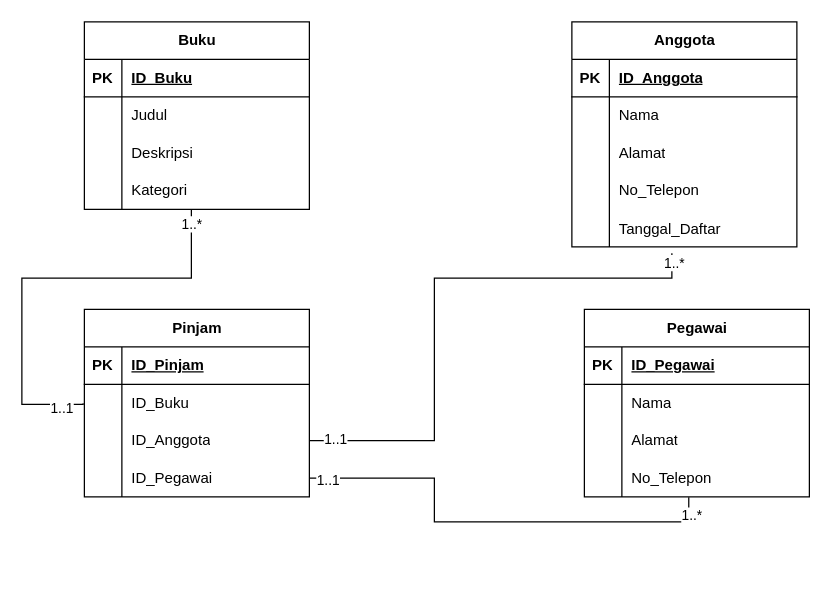
Above: page "Peminjaman Buku" (1 of 2) of Diagram Tanpa Judul.drawio in zackyyr/ERD (draw.io), before the change. Source tidied: cells renumbered, new cells numbered last; positions are measured from the earlier drawing's top-left corner, leaving out a move shared by most shapes. Both pictures are drawn from the tidied source at 125%, with x=0, y=0 at pixel (21, 21).
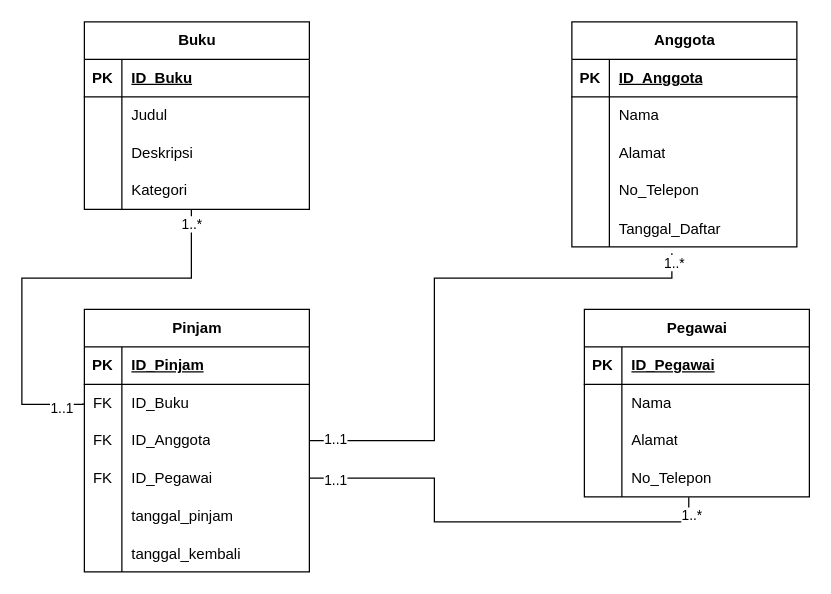
Above is the later version.

Commit message:
Sistem Pemesanan Tiket Bioskop

The change refers to these unchanged cells:
```xml
<mxCell id="35" style="shape=tableRow;horizontal=0;startSize=0;swimlaneHead=0;swimlaneBody=0;fillColor=none;top=0;left=0;right=0;bottom=0;" parent="31" vertex="1">
  <mxGeometry y="60" width="180" height="30" as="geometry" />
</mxCell>
<mxCell id="38" style="shape=tableRow;horizontal=0;startSize=0;swimlaneHead=0;swimlaneBody=0;fillColor=none;points=[[0,0.5],[1,0.5]];portConstraint=eastwest;top=0;left=0;right=0;bottom=0;" parent="31" vertex="1">
  <mxGeometry y="90" width="180" height="30" as="geometry" />
</mxCell>
<mxCell id="41" style="shape=tableRow;horizontal=0;startSize=0;swimlaneHead=0;swimlaneBody=0;fillColor=none;points=[[0,0.5],[1,0.5]];portConstraint=eastwest;top=0;left=0;right=0;bottom=0;" parent="31" vertex="1">
  <mxGeometry y="120" width="180" height="30" as="geometry" />
</mxCell>
<mxCell id="63" style="edgeStyle=orthogonalEdgeStyle;rounded=0;jettySize=auto;html=1;entryX=0.464;entryY=1.01;entryDx=0;entryDy=0;entryPerimeter=0;strokeColor=default;endArrow=none;endFill=0;strokeWidth=1;" parent="1" edge="1" source="41" target="54">
  <mxGeometry relative="1" as="geometry">
    <Array as="points">
      <mxPoint x="330" y="365" />
      <mxPoint x="330" y="400" />
      <mxPoint x="534" y="400" />
    </Array>
  </mxGeometry>
</mxCell>
```

What changed in the source:
```diff
@@
     <mxCell id="31" value="Pinjam" style="shape=table;startSize=30;childLayout=tableLayout;rowLines=0;fontStyle=1;align=center;html=1;" parent="1" vertex="1">
-      <mxGeometry x="50" y="230" width="180" height="150" as="geometry" />
+      <mxGeometry x="50" y="230" width="180" height="210" as="geometry" />
     </mxCell>
@@
-    <mxCell id="36" style="shape=partialRectangle;fillColor=none;top=0;left=0;bottom=0;right=0;overflow=hidden;whiteSpace=wrap;html=1;" parent="35" vertex="1">
+    <mxCell id="36" value="FK" style="shape=partialRectangle;fillColor=none;top=0;left=0;bottom=0;right=0;overflow=hidden;whiteSpace=wrap;html=1;" parent="35" vertex="1">
       <mxGeometry width="30" height="30" as="geometry" />
     </mxCell>
@@
-    <mxCell id="39" style="shape=partialRectangle;fillColor=none;top=0;left=0;bottom=0;right=0;overflow=hidden;whiteSpace=wrap;html=1;" parent="38" vertex="1">
+    <mxCell id="39" value="FK" style="shape=partialRectangle;fillColor=none;top=0;left=0;bottom=0;right=0;overflow=hidden;whiteSpace=wrap;html=1;" parent="38" vertex="1">
       <mxGeometry width="30" height="30" as="geometry" />
     </mxCell>
@@
-    <mxCell id="42" style="shape=partialRectangle;fillColor=none;top=0;left=0;bottom=0;right=0;overflow=hidden;whiteSpace=wrap;html=1;" parent="41" vertex="1">
+    <mxCell id="42" value="FK" style="shape=partialRectangle;fillColor=none;top=0;left=0;bottom=0;right=0;overflow=hidden;whiteSpace=wrap;html=1;" parent="41" vertex="1">
       <mxGeometry width="30" height="30" as="geometry" />
     </mxCell>
@@
+    <mxCell id="66" style="shape=tableRow;horizontal=0;startSize=0;swimlaneHead=0;swimlaneBody=0;fillColor=none;top=0;left=0;right=0;bottom=0;" parent="31" vertex="1">
+      <mxGeometry y="150" width="180" height="30" as="geometry" />
+    </mxCell>
+    <mxCell id="67" style="shape=partialRectangle;fillColor=none;top=0;left=0;bottom=0;right=0;overflow=hidden;" parent="66" vertex="1">
+      <mxGeometry width="30" height="30" as="geometry" />
+    </mxCell>
+    <mxCell id="68" value="tanggal_pinjam" style="shape=partialRectangle;fillColor=none;top=0;left=0;bottom=0;right=0;align=left;spacingLeft=6;overflow=hidden;" parent="66" vertex="1">
+      <mxGeometry x="30" width="150" height="30" as="geometry" />
+    </mxCell>
+    <mxCell id="69" style="shape=tableRow;horizontal=0;startSize=0;swimlaneHead=0;swimlaneBody=0;fillColor=none;top=0;left=0;right=0;bottom=0;" parent="31" vertex="1">
+      <mxGeometry y="180" width="180" height="30" as="geometry" />
+    </mxCell>
+    <mxCell id="70" style="shape=partialRectangle;fillColor=none;top=0;left=0;bottom=0;right=0;overflow=hidden;" parent="69" vertex="1">
+      <mxGeometry width="30" height="30" as="geometry" />
+    </mxCell>
+    <mxCell id="71" value="tanggal_kembali" style="shape=partialRectangle;fillColor=none;top=0;left=0;bottom=0;right=0;align=left;spacingLeft=6;overflow=hidden;" parent="69" vertex="1">
+      <mxGeometry x="30" width="150" height="30" as="geometry" />
+    </mxCell>
@@
     <mxCell id="65" value="1..1" style="edgeLabel;html=1;align=center;verticalAlign=middle;" parent="63" vertex="1">
-      <mxGeometry x="-0.92" y="-1" relative="1" as="geometry" />
+      <mxGeometry x="-0.92" y="-1" relative="1" as="geometry">
+        <mxPoint x="6" as="offset" />
+      </mxGeometry>
     </mxCell>
```
